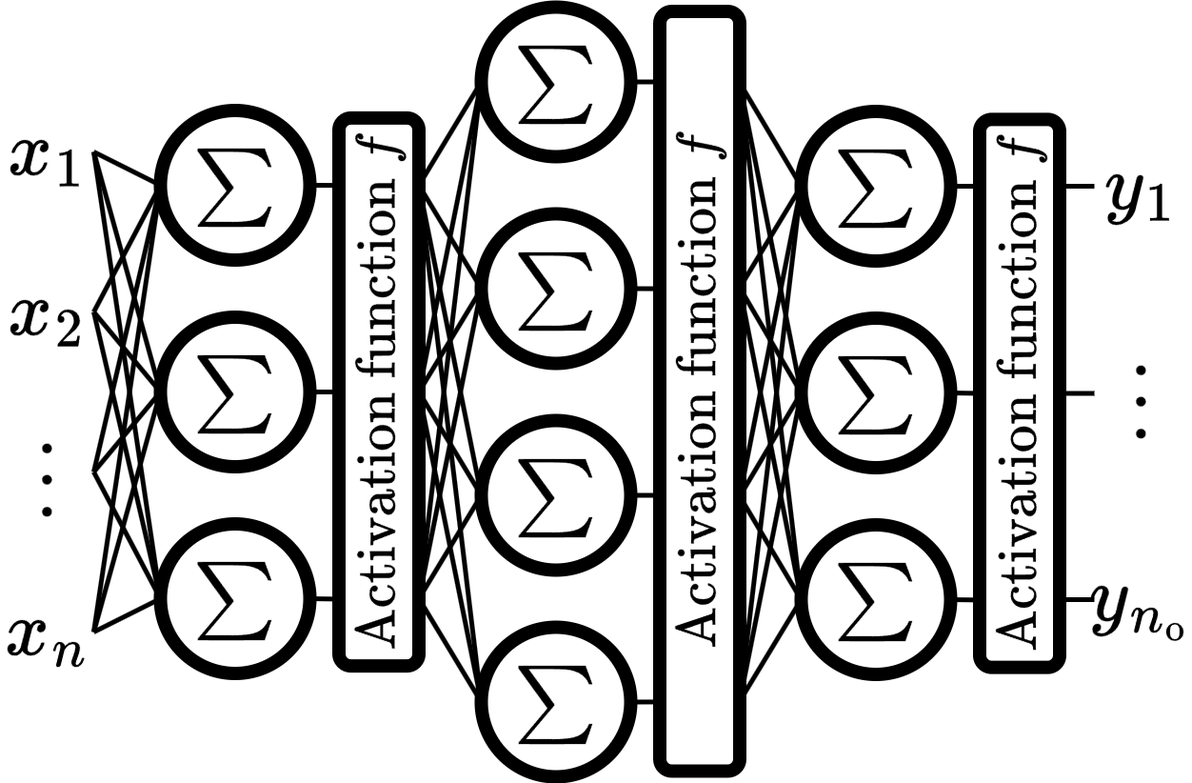
Earlier version of the draw.io export images/mlp-2-light.png (PilotLeoYan/inside-deep-learning). Source tidied: cells renumbered, new cells last; positions are measured from the earlier drawing's top-left corner, leaving out a move shared by most shapes.
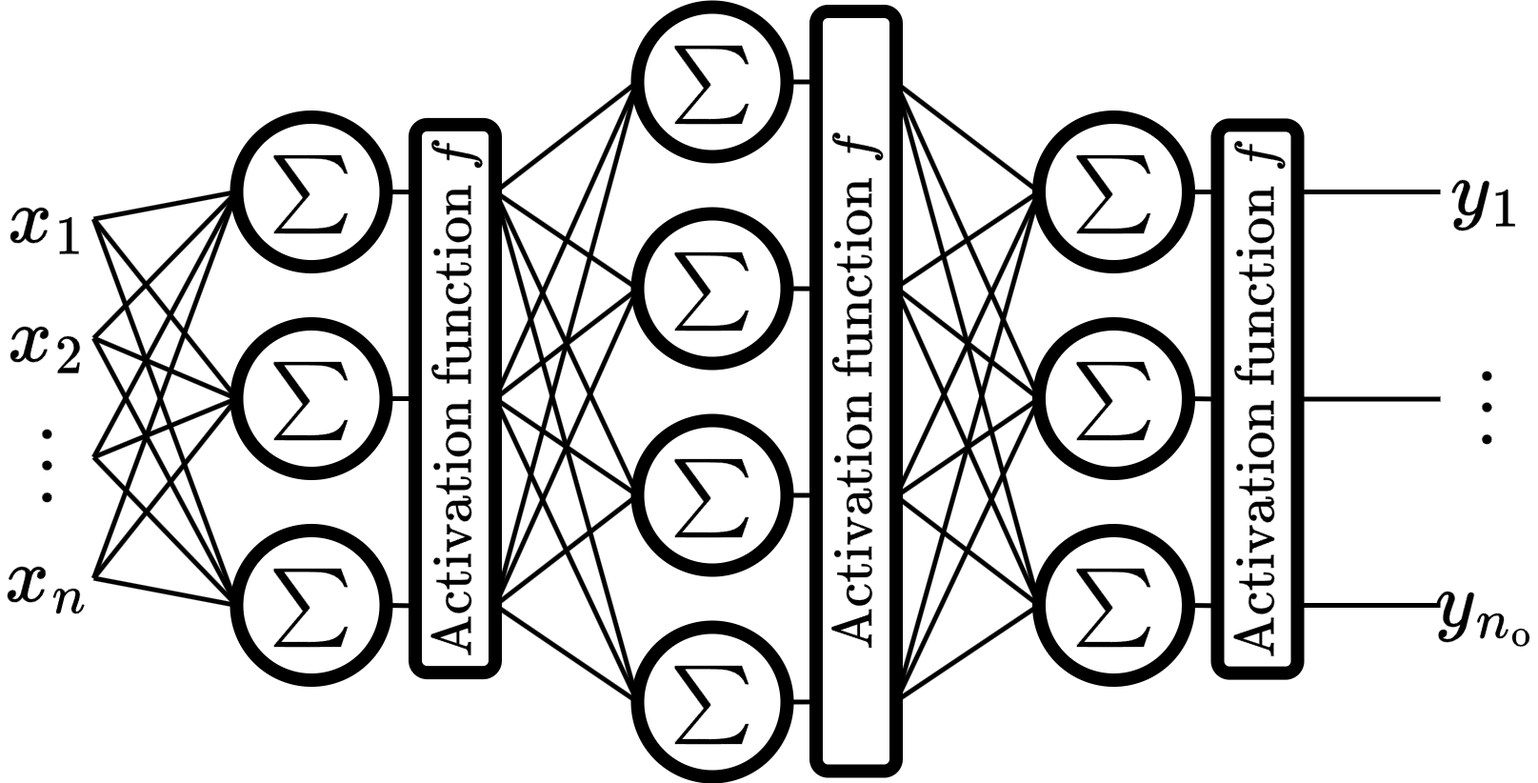
Later version of the same file.

Change to the diagram source:
```diff
@@ -2,7 +2,7 @@
   <root>
     <mxCell id="0" />
     <mxCell id="1" parent="0" />
-    <mxCell id="2" style="group;strokeColor=none;" parent="1" vertex="1">
+    <mxCell id="2" style="group;strokeColor=none;strokeWidth=5;" parent="1" vertex="1">
       <mxGeometry x="505" width="271.5" height="808" as="geometry" />
     </mxCell>
     <mxCell id="3" value="&lt;font style=&quot;font-size: 50px;&quot;&gt;\(\text{Activation function } f\)&lt;/font&gt;" style="rounded=1;whiteSpace=wrap;html=1;fontFamily=Helvetica;fontSize=12;fontColor=default;labelBackgroundColor=none;strokeColor=default;strokeWidth=14;align=center;verticalAlign=middle;fillColor=none;rotation=-90;" parent="2" vertex="1">
@@ -124,16 +124,16 @@
       <mxGeometry relative="1" as="geometry" />
     </mxCell>
     <mxCell id="41" value="&lt;font style=&quot;font-size: 70px;&quot;&gt;\(x_{1}\)&lt;/font&gt;" style="rounded=0;whiteSpace=wrap;html=1;fillColor=none;strokeColor=none;" parent="1" vertex="1">
-      <mxGeometry y="68" width="98" height="168" as="geometry" />
+      <mxGeometry x="-164" y="160" width="98" height="125" as="geometry" />
     </mxCell>
     <mxCell id="42" value="&lt;font style=&quot;font-size: 70px;&quot;&gt;\(x_{2}\)&lt;/font&gt;" style="rounded=0;whiteSpace=wrap;html=1;fillColor=none;strokeColor=none;" parent="1" vertex="1">
-      <mxGeometry y="236" width="98" height="168" as="geometry" />
+      <mxGeometry x="-164" y="285" width="98" height="125" as="geometry" />
     </mxCell>
     <mxCell id="43" value="&lt;font style=&quot;font-size: 70px;&quot;&gt;\(x_{n}\)&lt;/font&gt;" style="rounded=0;whiteSpace=wrap;html=1;fillColor=none;strokeColor=none;" parent="1" vertex="1">
-      <mxGeometry y="572" width="98" height="168" as="geometry" />
+      <mxGeometry x="-164" y="537" width="98" height="125" as="geometry" />
     </mxCell>
-    <mxCell id="44" value="&lt;font style=&quot;font-size: 70px;&quot;&gt;\(\vdots\)&lt;/font&gt;" style="rounded=0;whiteSpace=wrap;html=1;fillColor=none;strokeColor=none;" parent="1" vertex="1">
-      <mxGeometry y="404" width="98" height="168" as="geometry" />
+    <mxCell id="44" value="&lt;font style=&quot;font-size: 70px;&quot;&gt;\(\vdots\)&lt;/font&gt;" style="rounded=0;whiteSpace=wrap;html=1;fillColor=none;strokeColor=none;align=center;" parent="1" vertex="1">
+      <mxGeometry x="-164" y="410" width="98" height="125" as="geometry" />
     </mxCell>
     <mxCell id="45" style="edgeStyle=none;shape=connector;rounded=0;jettySize=auto;html=1;exitX=0;exitY=0.5;exitDx=0;exitDy=0;entryX=1;entryY=0.5;entryDx=0;entryDy=0;strokeColor=default;strokeWidth=5;align=center;verticalAlign=middle;fontFamily=Helvetica;fontSize=11;fontColor=default;labelBackgroundColor=default;startFill=0;endArrow=none;endFill=0;" parent="1" edge="1" source="62" target="41">
       <mxGeometry relative="1" as="geometry" />
@@ -171,8 +171,8 @@
     <mxCell id="56" style="edgeStyle=none;shape=connector;rounded=0;jettySize=auto;html=1;exitX=0;exitY=0.5;exitDx=0;exitDy=0;entryX=1;entryY=0.5;entryDx=0;entryDy=0;strokeColor=default;strokeWidth=5;align=center;verticalAlign=middle;fontFamily=Helvetica;fontSize=11;fontColor=default;labelBackgroundColor=default;startFill=0;endArrow=none;endFill=0;" parent="1" edge="1" source="61" target="43">
       <mxGeometry relative="1" as="geometry" />
     </mxCell>
-    <mxCell id="57" style="group;strokeColor=none;" parent="1" vertex="1">
-      <mxGeometry x="168" y="108.5" width="271.5" height="591" as="geometry" />
+    <mxCell id="57" style="group;strokeColor=none;strokeWidth=4;" parent="1" vertex="1">
+      <mxGeometry x="84" y="115.5" width="271.5" height="591" as="geometry" />
     </mxCell>
     <mxCell id="58" value="&lt;span style=&quot;font-size: 50px;&quot;&gt;\(\text{Activation function } f\)&lt;/span&gt;" style="rounded=1;whiteSpace=wrap;html=1;fontFamily=Helvetica;fontSize=12;fontColor=default;labelBackgroundColor=none;strokeColor=default;strokeWidth=14;align=center;verticalAlign=middle;fillColor=none;rotation=-90;" parent="57" vertex="1">
       <mxGeometry x="-58.1" y="253.5" width="575.2" height="84" as="geometry" />
@@ -201,29 +201,17 @@
     <mxCell id="66" style="rhombus;whiteSpace=wrap;html=1;fontFamily=Helvetica;fontSize=11;labelBackgroundColor=default;fillColor=none;strokeColor=none;" parent="57" vertex="1">
       <mxGeometry x="263" y="71.5" width="8.5" height="14" as="geometry" />
     </mxCell>
-    <mxCell id="67" style="group;strokeColor=none;" parent="1" vertex="1">
-      <mxGeometry x="841" y="104" width="406" height="602" as="geometry" />
-    </mxCell>
-    <mxCell id="68" style="edgeStyle=none;shape=connector;rounded=0;jettySize=auto;html=1;exitX=0;exitY=0.5;exitDx=0;exitDy=0;entryX=1;entryY=0.5;entryDx=0;entryDy=0;strokeColor=default;strokeWidth=5;align=center;verticalAlign=middle;fontFamily=Helvetica;fontSize=11;fontColor=default;labelBackgroundColor=default;startFill=0;endArrow=none;endFill=0;" parent="67" edge="1" source="69" target="82">
+    <mxCell id="68" style="edgeStyle=none;shape=connector;rounded=0;jettySize=auto;html=1;exitX=0;exitY=0.5;exitDx=0;exitDy=0;entryX=1;entryY=0.5;entryDx=0;entryDy=0;strokeColor=default;strokeWidth=5;align=center;verticalAlign=middle;fontFamily=Helvetica;fontSize=11;fontColor=default;labelBackgroundColor=default;startFill=0;endArrow=none;endFill=0;" parent="1" edge="1" source="69" target="82">
       <mxGeometry relative="1" as="geometry" />
     </mxCell>
-    <mxCell id="69" value="&lt;font style=&quot;font-size: 70px;&quot;&gt;\(y_{1}\)&lt;/font&gt;" style="rounded=0;whiteSpace=wrap;html=1;fillColor=none;strokeColor=none;" parent="67" vertex="1">
-      <mxGeometry x="308" width="98" height="168" as="geometry" />
-    </mxCell>
-    <mxCell id="70" style="edgeStyle=none;shape=connector;rounded=0;jettySize=auto;html=1;exitX=0;exitY=0.5;exitDx=0;exitDy=0;entryX=1;entryY=0.5;entryDx=0;entryDy=0;strokeColor=default;strokeWidth=5;align=center;verticalAlign=middle;fontFamily=Helvetica;fontSize=11;fontColor=default;labelBackgroundColor=default;startFill=0;endArrow=none;endFill=0;" parent="67" edge="1" source="71" target="83">
+    <mxCell id="70" style="edgeStyle=none;shape=connector;rounded=0;jettySize=auto;html=1;exitX=0;exitY=0.5;exitDx=0;exitDy=0;entryX=1;entryY=0.5;entryDx=0;entryDy=0;strokeColor=default;strokeWidth=5;align=center;verticalAlign=middle;fontFamily=Helvetica;fontSize=11;fontColor=default;labelBackgroundColor=default;startFill=0;endArrow=none;endFill=0;" parent="1" edge="1" source="71" target="83">
       <mxGeometry relative="1" as="geometry" />
     </mxCell>
-    <mxCell id="71" value="&lt;font style=&quot;font-size: 70px;&quot;&gt;\(y_{n_{\text{o}}}\)&lt;/font&gt;" style="rounded=0;whiteSpace=wrap;html=1;fillColor=none;strokeColor=none;" parent="67" vertex="1">
-      <mxGeometry x="308" y="434" width="98" height="168" as="geometry" />
-    </mxCell>
-    <mxCell id="72" style="edgeStyle=none;shape=connector;rounded=0;jettySize=auto;html=1;exitX=0;exitY=0.5;exitDx=0;exitDy=0;entryX=0.5;entryY=1;entryDx=0;entryDy=0;strokeColor=default;strokeWidth=5;align=center;verticalAlign=middle;fontFamily=Helvetica;fontSize=11;fontColor=default;labelBackgroundColor=default;startFill=0;endArrow=none;endFill=0;" parent="67" edge="1" source="73" target="75">
+    <mxCell id="72" style="edgeStyle=none;shape=connector;rounded=0;jettySize=auto;html=1;exitX=0;exitY=0.5;exitDx=0;exitDy=0;entryX=0.5;entryY=1;entryDx=0;entryDy=0;strokeColor=default;strokeWidth=5;align=center;verticalAlign=middle;fontFamily=Helvetica;fontSize=11;fontColor=default;labelBackgroundColor=default;startFill=0;endArrow=none;endFill=0;" parent="1" edge="1" source="73" target="75">
       <mxGeometry relative="1" as="geometry" />
     </mxCell>
-    <mxCell id="73" value="&lt;font style=&quot;font-size: 70px;&quot;&gt;\(\vdots\)&lt;/font&gt;" style="rounded=0;whiteSpace=wrap;html=1;fillColor=none;strokeColor=none;" parent="67" vertex="1">
-      <mxGeometry x="308" y="217.5" width="98" height="168" as="geometry" />
-    </mxCell>
-    <mxCell id="74" style="group;" parent="67" vertex="1">
-      <mxGeometry y="5.5" width="271.5" height="591" as="geometry" />
+    <mxCell id="74" style="group;strokeColor=none;strokeWidth=5;" parent="1" vertex="1">
+      <mxGeometry x="926.5" y="115.5" width="271.5" height="591" as="geometry" />
     </mxCell>
     <mxCell id="75" value="&lt;font style=&quot;font-size: 50px;&quot;&gt;\(\text{Activation function } f\)&lt;/font&gt;" style="rounded=1;whiteSpace=wrap;html=1;fontFamily=Helvetica;fontSize=12;fontColor=default;labelBackgroundColor=none;strokeColor=default;strokeWidth=14;align=center;verticalAlign=middle;fillColor=none;rotation=-90;" parent="74" vertex="1">
       <mxGeometry x="-58.1" y="254" width="575.2" height="84" as="geometry" />
@@ -252,5 +240,17 @@
     <mxCell id="83" style="rhombus;whiteSpace=wrap;html=1;fontFamily=Helvetica;fontSize=11;labelBackgroundColor=default;fillColor=none;strokeColor=none;" parent="74" vertex="1">
       <mxGeometry x="263" y="503" width="8.5" height="19" as="geometry" />
     </mxCell>
+    <mxCell id="84" style="group;strokeColor=none;" parent="1" vertex="1">
+      <mxGeometry x="1348" y="110" width="98" height="602" as="geometry" />
+    </mxCell>
+    <mxCell id="69" value="&lt;font style=&quot;font-size: 70px;&quot;&gt;\(y_{1}\)&lt;/font&gt;" style="rounded=0;whiteSpace=wrap;html=1;fillColor=none;strokeColor=none;" parent="84" vertex="1">
+      <mxGeometry width="98" height="168" as="geometry" />
+    </mxCell>
+    <mxCell id="71" value="&lt;font style=&quot;font-size: 70px;&quot;&gt;\(y_{n_{\text{o}}}\)&lt;/font&gt;" style="rounded=0;whiteSpace=wrap;html=1;fillColor=none;strokeColor=none;" parent="84" vertex="1">
+      <mxGeometry y="434" width="98" height="168" as="geometry" />
+    </mxCell>
+    <mxCell id="73" value="&lt;font style=&quot;font-size: 70px;&quot;&gt;\(\vdots\)&lt;/font&gt;" style="rounded=0;whiteSpace=wrap;html=1;fillColor=none;strokeColor=none;" parent="84" vertex="1">
+      <mxGeometry y="217.5" width="98" height="168" as="geometry" />
+    </mxCell>
   </root>
 </mxGraphModel>
```
